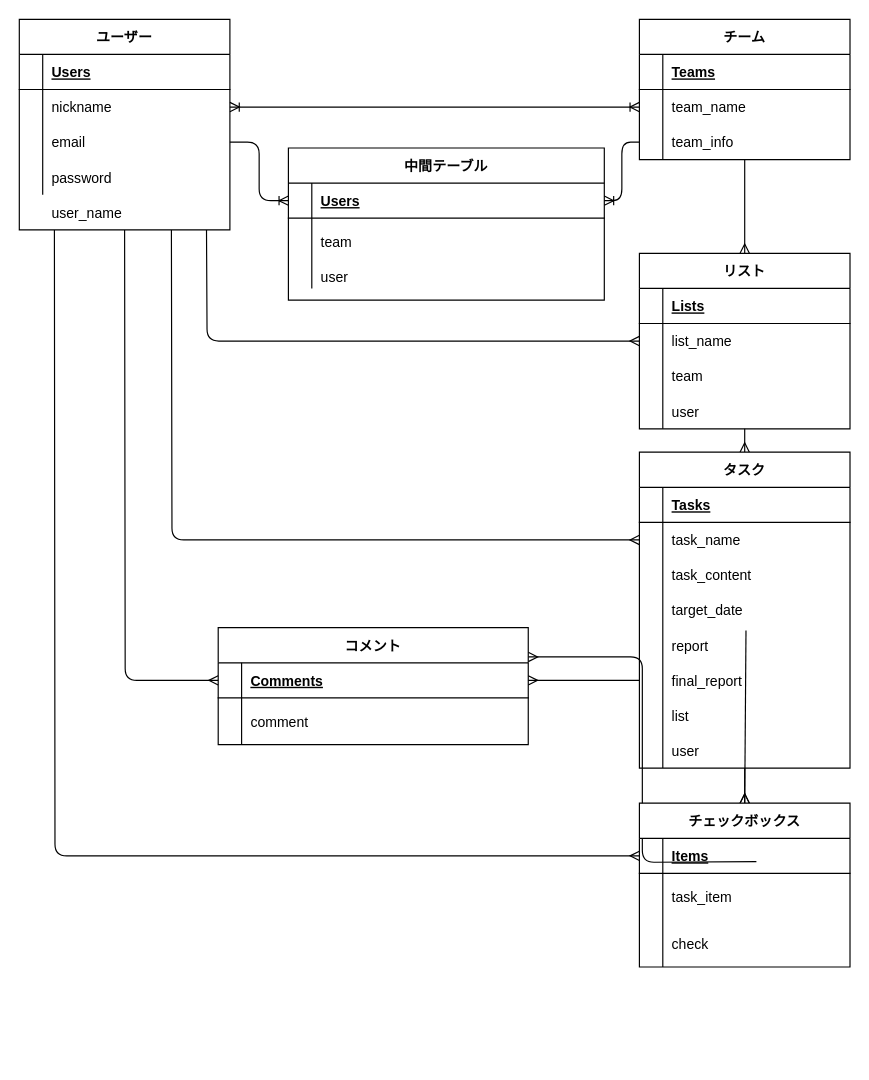
This is db.dio from IguchiRyo622/task-Bdash, a draw.io file, before an edit. Source tidied: cells renumbered, new cells numbered last; positions are measured from the earlier drawing's top-left corner, leaving out a move shared by most shapes. Both pictures are drawn from the tidied source at 117%, with x=0, y=0 at pixel (19, 19).
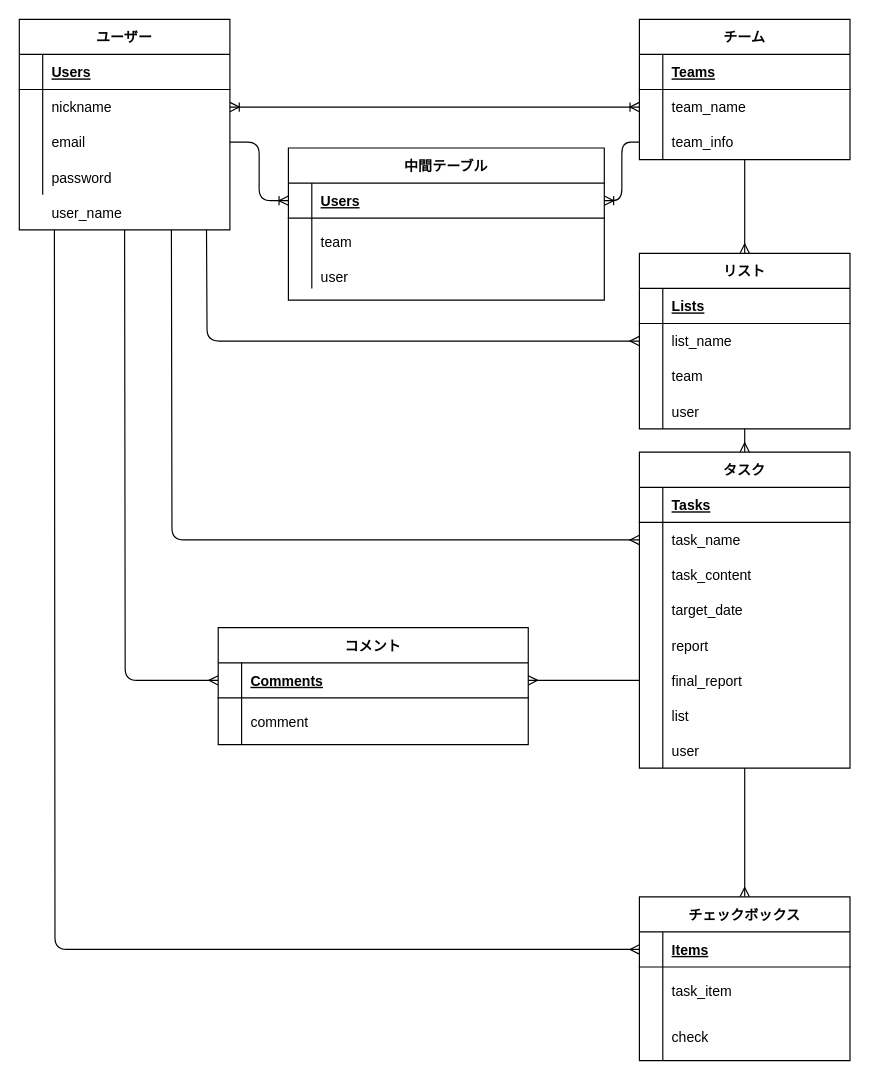
The same diagram, later.

The change refers to these unchanged cells:
```xml
<mxCell id="86" value="コメント" style="shape=table;startSize=30;childLayout=tableLayout;rowLines=0;fontStyle=1;align=center;" parent="1" vertex="1">
  <mxGeometry x="170" y="520" width="265" height="100" as="geometry" />
</mxCell>
```

Diff of the diagram source:
```diff
@@
-    <mxCell id="28" style="fontSize=12;html=1;endArrow=ERmany;endFill=0;entryX=1;entryY=0.25;entryDx=0;entryDy=0;exitX=0;exitY=0.5;exitDx=0;exitDy=0;edgeStyle=orthogonalEdgeStyle;" parent="1" edge="1" target="86">
-      <mxGeometry relative="1" as="geometry">
-        <mxPoint x="630" y="720" as="sourcePoint" />
-      </mxGeometry>
-    </mxCell>
@@
-    <mxCell id="33" style="fontSize=12;html=1;endArrow=none;startArrow=ERmany;exitX=0.5;exitY=0;exitDx=0;exitDy=0;startFill=0;endFill=0;" parent="1" edge="1" source="94">
-      <mxGeometry relative="1" as="geometry">
-        <mxPoint x="621.1" y="522.4" as="targetPoint" />
-      </mxGeometry>
-    </mxCell>
@@
     <mxCell id="94" value="チェックボックス" style="shape=table;startSize=30;childLayout=tableLayout;rowLines=0;fontStyle=1;align=center;" parent="1" vertex="1">
-      <mxGeometry x="530" y="670" width="180" height="140" as="geometry" />
+      <mxGeometry x="530" y="750" width="180" height="140" as="geometry" />
     </mxCell>
```
